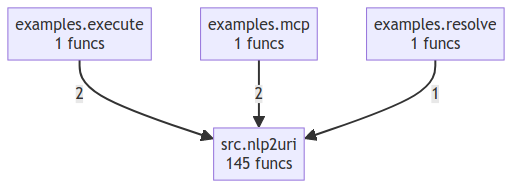
Before: project/compact_flow.png, a diagram exported from Mermaid (semcod/nlp2uri). Its source is kept beside it as project/compact_flow.mmd.
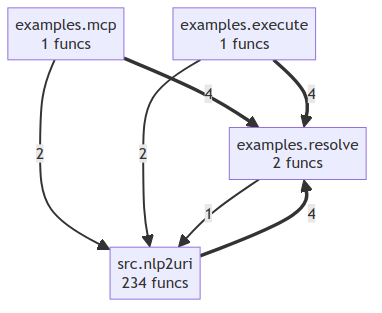
After the change.

Diff of the diagram source:
```diff
@@ -1,8 +1,11 @@
 flowchart TD
     examples__execute["examples.execute<br/>1 funcs"]
     examples__mcp["examples.mcp<br/>1 funcs"]
-    examples__resolve["examples.resolve<br/>1 funcs"]
-    src__nlp2uri["src.nlp2uri<br/>145 funcs"]
+    examples__resolve["examples.resolve<br/>2 funcs"]
+    src__nlp2uri["src.nlp2uri<br/>234 funcs"]
+    examples__mcp ==>|4| examples__resolve
+    examples__execute ==>|4| examples__resolve
+    src__nlp2uri ==>|4| examples__resolve
+    examples__mcp -->|2| src__nlp2uri
     examples__execute -->|2| src__nlp2uri
-    examples__mcp -->|2| src__nlp2uri
     examples__resolve -->|1| src__nlp2uri
```
